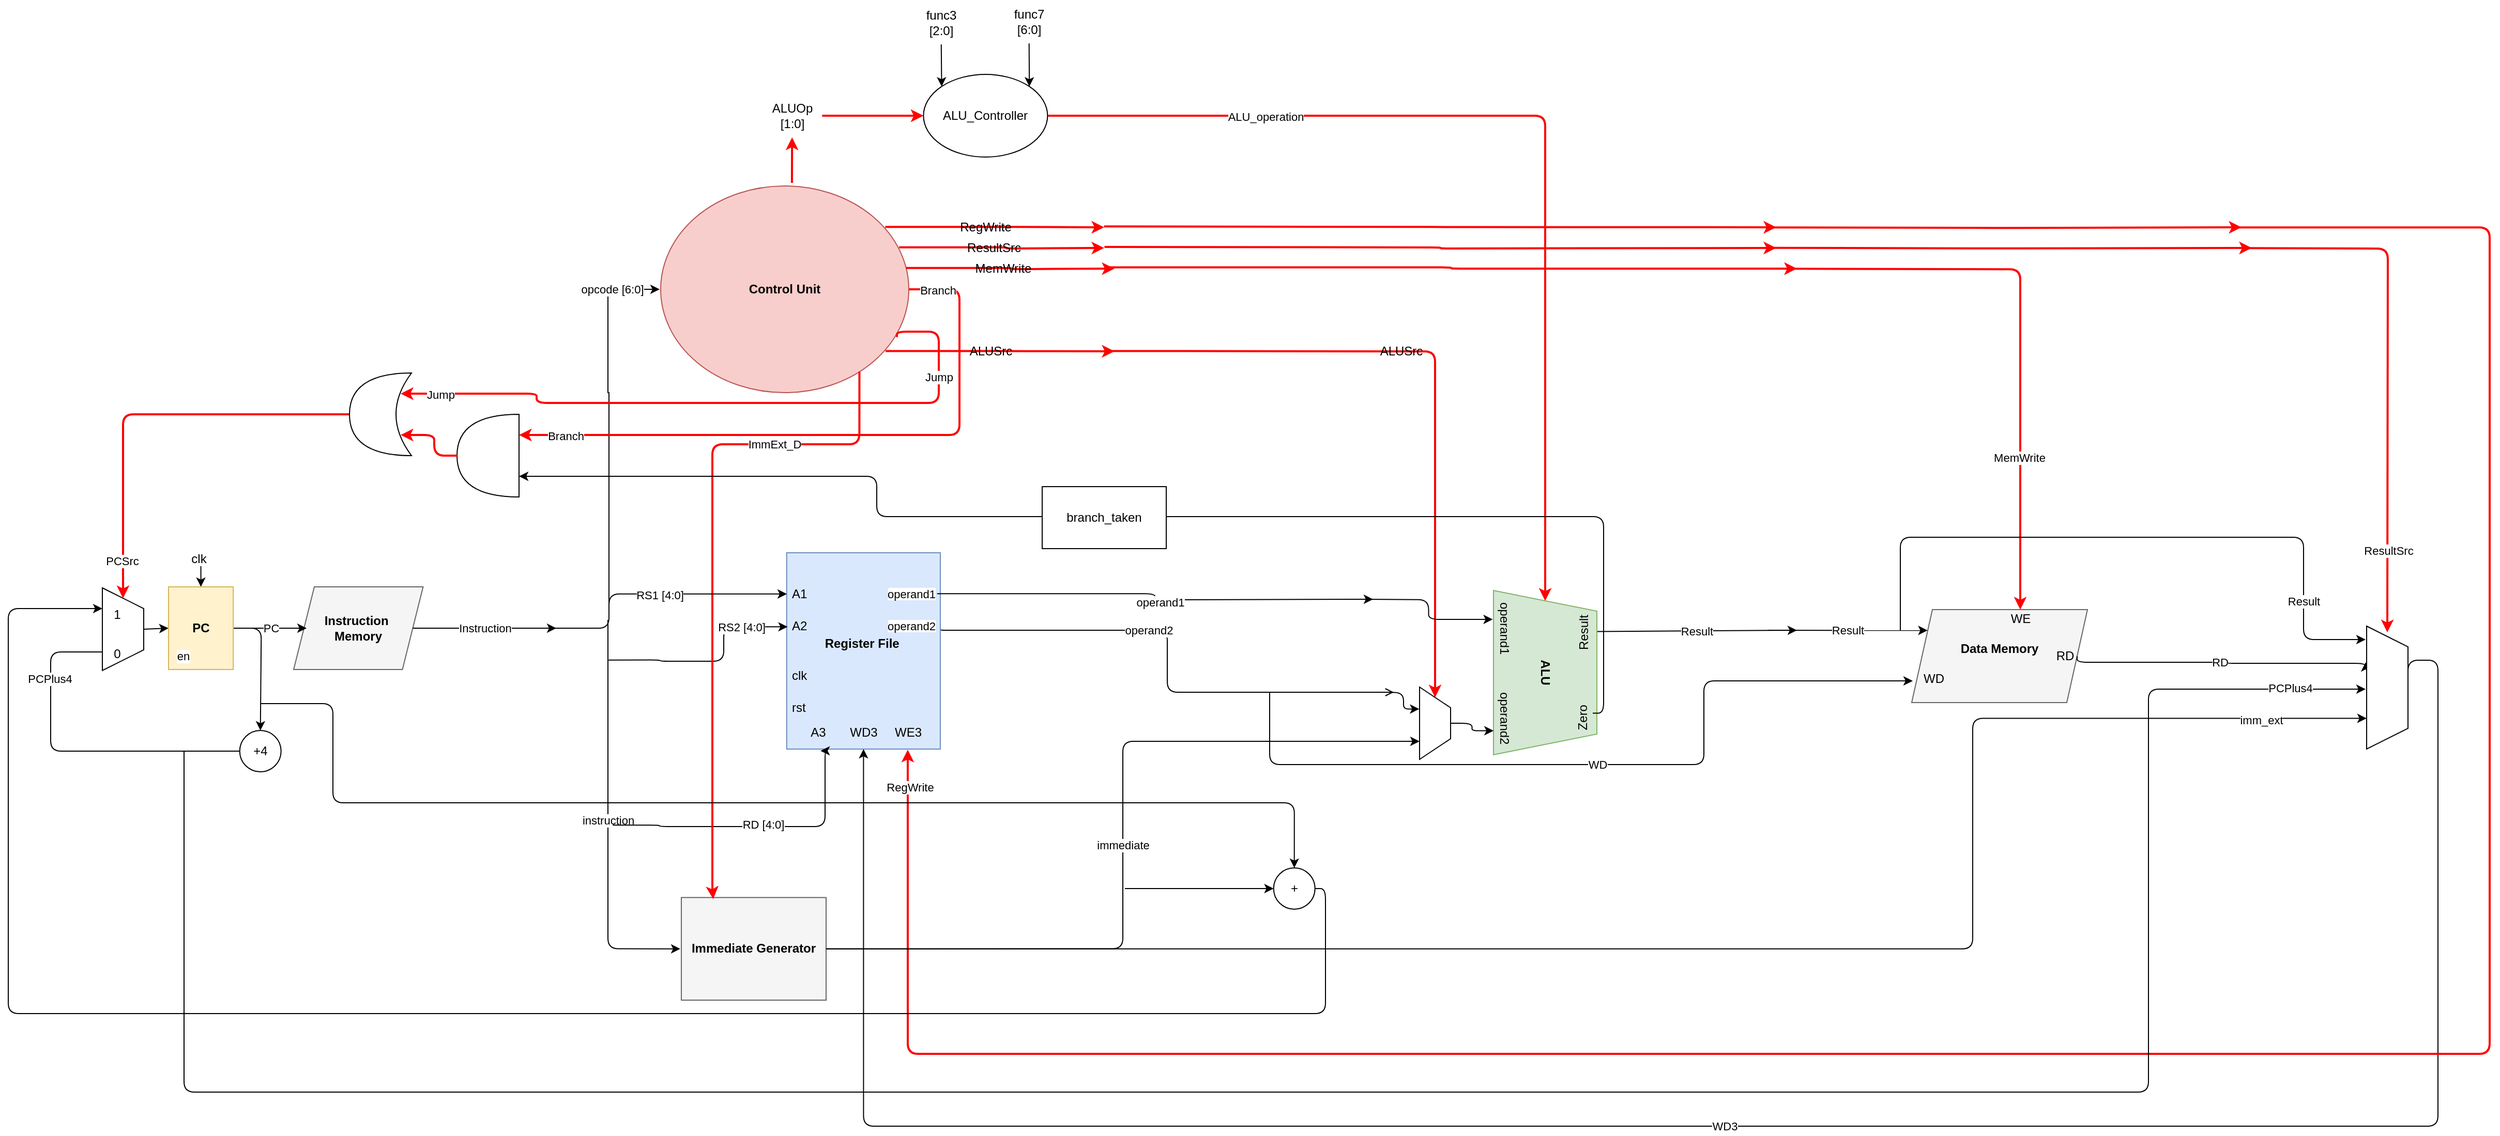
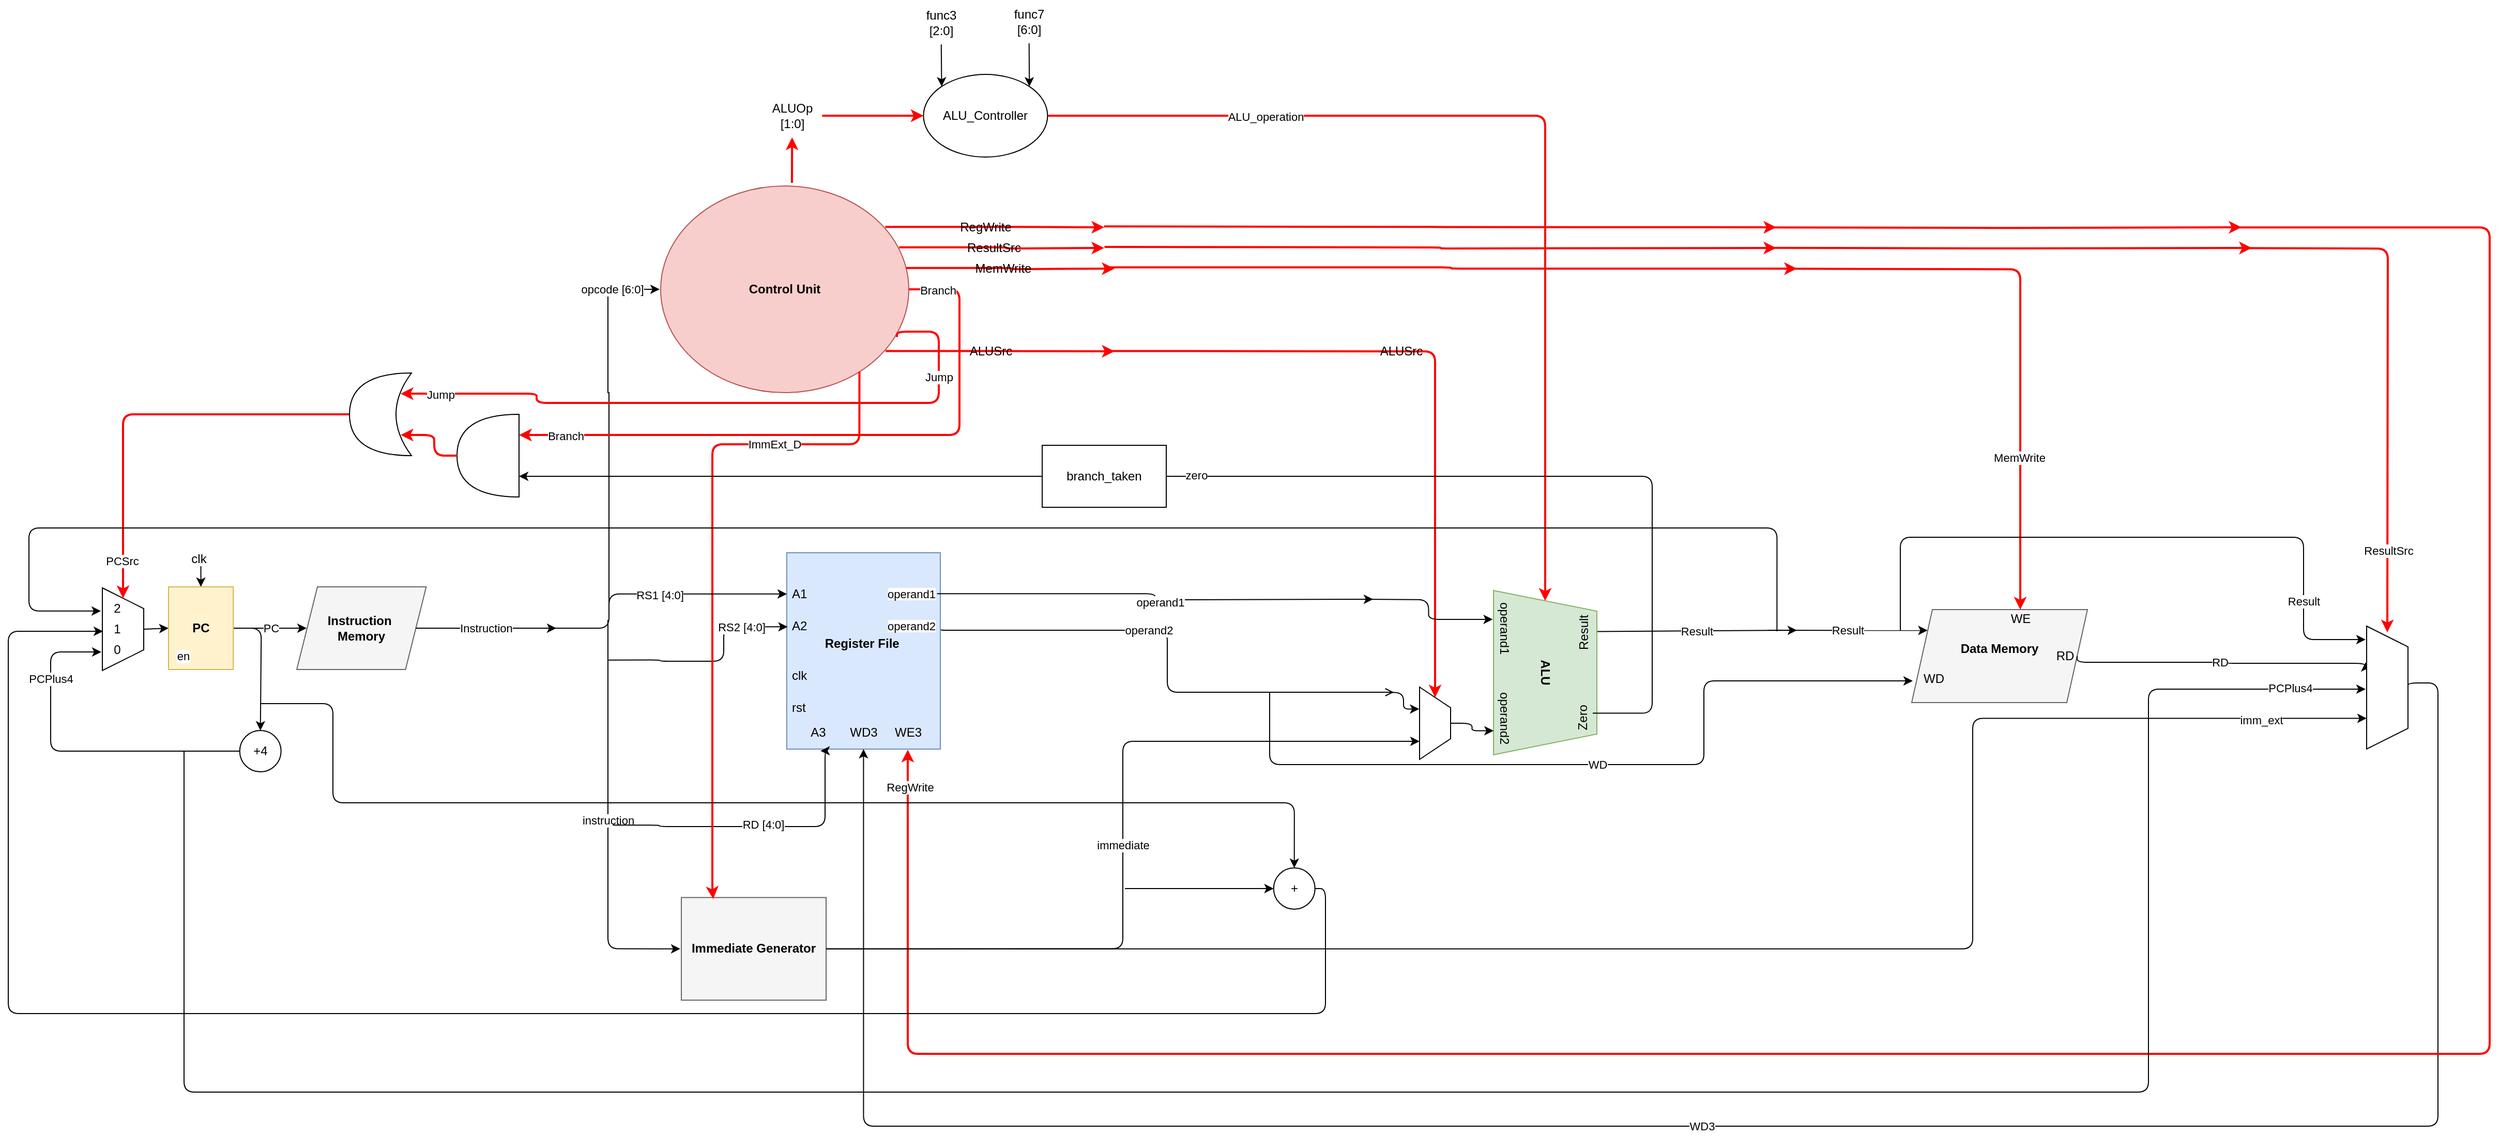
<mxfile host="65bd71144e">
    <diagram id="GpSuAHUS2n5mmwC9--JZ" name="Page-1">
-         <mxGraphModel dx="1339" dy="1934" grid="1" gridSize="10" guides="1" tooltips="1" connect="1" arrows="1" fold="1" page="1" pageScale="1" pageWidth="850" pageHeight="1100" math="0" shadow="0">
+         <mxGraphModel dx="1307" dy="1712" grid="1" gridSize="10" guides="1" tooltips="1" connect="1" arrows="1" fold="1" page="1" pageScale="1" pageWidth="850" pageHeight="1100" math="0" shadow="0">
            <root>
                <mxCell id="0"/>
                <mxCell id="1" parent="0"/>
                <mxCell id="DMEM_BLOCK" value="&lt;b&gt;Data Memory&lt;/b&gt;&lt;div&gt;&lt;br/&gt;&lt;/div&gt;" style="shape=parallelogram;perimeter=parallelogramPerimeter;whiteSpace=wrap;html=1;fixedSize=1;fillColor=#f5f5f5;strokeColor=#666666;" parent="1" vertex="1">
                    <mxGeometry x="2161" y="29" width="170" height="90" as="geometry"/>
                </mxCell>
                <mxCell id="SIG_RD_MEM" value="RD" style="endArrow=classic;html=1;exitX=1;exitY=0.5;exitDx=0;exitDy=0;edgeStyle=orthogonalEdgeStyle;" parent="1" source="DMEM_BLOCK" edge="1">
                    <mxGeometry width="50" height="50" relative="1" as="geometry">
                        <mxPoint x="2600" y="80" as="targetPoint"/>
                        <Array as="points">
                            <mxPoint x="2321" y="80"/>
                            <mxPoint x="2466" y="80"/>
                            <mxPoint x="2466" y="81"/>
                            <mxPoint x="2600" y="81"/>
                        </Array>
                    </mxGeometry>
                </mxCell>
                <mxCell id="SIG_ALURES_M" value="Result" style="endArrow=classic;html=1;exitX=0.25;exitY=0;exitDx=0;exitDy=0;" parent="1" source="ALU_BLOCK" edge="1">
                    <mxGeometry width="50" height="50" relative="1" as="geometry">
                        <mxPoint x="1811" y="46.25" as="sourcePoint"/>
                        <mxPoint x="2050" y="49" as="targetPoint"/>
                    </mxGeometry>
                </mxCell>
                <mxCell id="46" value="&lt;span style=&quot;color: rgb(0, 0, 0);&quot;&gt;operand2&lt;/span&gt;" style="endArrow=open;html=1;endFill=0;edgeStyle=orthogonalEdgeStyle;exitX=0.995;exitY=0.387;exitDx=0;exitDy=0;exitPerimeter=0;" parent="1" source="2" edge="1">
                    <mxGeometry x="-0.1866" width="50" height="50" relative="1" as="geometry">
                        <mxPoint x="1660" y="109" as="targetPoint"/>
                        <mxPoint x="1370" y="79" as="sourcePoint"/>
                        <Array as="points">
                            <mxPoint x="1221" y="49"/>
                            <mxPoint x="1441" y="49"/>
                            <mxPoint x="1441" y="109"/>
                        </Array>
                        <mxPoint as="offset"/>
                    </mxGeometry>
                </mxCell>
                <mxCell id="68" value="Result" style="endArrow=classic;html=1;entryX=0.09;entryY=0.224;entryDx=0;entryDy=0;entryPerimeter=0;" parent="1" target="DMEM_BLOCK" edge="1">
                    <mxGeometry width="50" height="50" relative="1" as="geometry">
                        <mxPoint x="2022" y="49" as="sourcePoint"/>
                        <mxPoint x="2181" y="51" as="targetPoint"/>
                    </mxGeometry>
                </mxCell>
                <mxCell id="ALU_BLOCK" value="&lt;b&gt;ALU&lt;/b&gt;" style="shape=trapezoid;perimeter=trapezoidPerimeter;whiteSpace=wrap;html=1;fixedSize=1;rotation=90;fillColor=#d5e8d4;strokeColor=#82b366;" parent="1" vertex="1">
                    <mxGeometry x="1727" y="40" width="159" height="100" as="geometry"/>
                </mxCell>
                <mxCell id="PORT_SRCA" value="operand1" style="text;html=1;strokeColor=none;fillColor=none;align=left;verticalAlign=middle;whiteSpace=wrap;rounded=0;rotation=90;" parent="1" vertex="1">
                    <mxGeometry x="1748" y="29" width="39" height="20" as="geometry"/>
                </mxCell>
                <mxCell id="PORT_SRCB" value="operand2" style="text;html=1;strokeColor=none;fillColor=none;align=left;verticalAlign=middle;whiteSpace=wrap;rounded=0;rotation=90;" parent="1" vertex="1">
                    <mxGeometry x="1744" y="120" width="47" height="20" as="geometry"/>
                </mxCell>
                <mxCell id="PORT_ALURES" value="Result" style="text;html=1;strokeColor=none;fillColor=none;align=right;verticalAlign=middle;whiteSpace=wrap;rounded=0;rotation=270;direction=east;" parent="1" vertex="1">
                    <mxGeometry x="1814" y="52" width="59" height="20" as="geometry"/>
                </mxCell>
                <mxCell id="PORT_ZERO" value="Zero" style="text;html=1;strokeColor=none;fillColor=none;align=right;verticalAlign=middle;whiteSpace=wrap;rounded=0;rotation=270;" parent="1" vertex="1">
                    <mxGeometry x="1823" y="129" width="39" height="20" as="geometry"/>
                </mxCell>
                <mxCell id="SIG_SRCB_E" value="" style="endArrow=classic;html=1;entryX=0.854;entryY=0.999;entryDx=0;entryDy=0;exitX=0.5;exitY=0;exitDx=0;exitDy=0;entryPerimeter=0;edgeStyle=orthogonalEdgeStyle;" parent="1" source="ALU_MUX" target="ALU_BLOCK" edge="1">
                    <mxGeometry width="50" height="50" relative="1" as="geometry">
                        <mxPoint x="1640" y="150" as="sourcePoint"/>
                        <mxPoint x="1710" y="150" as="targetPoint"/>
                    </mxGeometry>
                </mxCell>
                <mxCell id="71" value="" style="group" parent="1" connectable="0" vertex="1">
                    <mxGeometry x="852" y="-101" width="451.38" height="540" as="geometry"/>
                </mxCell>
                <mxCell id="2" value="&lt;b&gt;Register File&amp;nbsp;&lt;/b&gt;&lt;br&gt;&lt;div&gt;&lt;br&gt;&lt;/div&gt;" style="rounded=0;whiteSpace=wrap;html=1;fillColor=#dae8fe;strokeColor=#6c8ebf;verticalAlign=middle;" parent="71" vertex="1">
                    <mxGeometry x="220.90476190476193" y="75" width="148.57142857142858" height="190" as="geometry"/>
                </mxCell>
                <mxCell id="3" value="A1" style="text;html=1;strokeColor=none;fillColor=none;align=left;verticalAlign=middle;whiteSpace=wrap;rounded=0;" parent="71" vertex="1">
                    <mxGeometry x="224" y="106.66666666666669" width="24.761904761904763" height="15.833333333333332" as="geometry"/>
                </mxCell>
                <mxCell id="4" value="A2" style="text;html=1;strokeColor=none;fillColor=none;align=left;verticalAlign=middle;whiteSpace=wrap;rounded=0;" parent="71" vertex="1">
                    <mxGeometry x="224" y="138.33333333333331" width="24.761904761904763" height="15.833333333333332" as="geometry"/>
                </mxCell>
                <mxCell id="5" value="clk" style="text;html=1;strokeColor=none;fillColor=none;align=left;verticalAlign=middle;whiteSpace=wrap;rounded=0;" parent="71" vertex="1">
                    <mxGeometry x="224" y="185.83333333333331" width="24.761904761904763" height="15.833333333333332" as="geometry"/>
                </mxCell>
                <mxCell id="6" value="rst" style="text;html=1;strokeColor=none;fillColor=none;align=left;verticalAlign=middle;whiteSpace=wrap;rounded=0;" parent="71" vertex="1">
                    <mxGeometry x="224" y="217.5" width="24.761904761904763" height="15.833333333333332" as="geometry"/>
                </mxCell>
                <mxCell id="7" value="A3" style="text;html=1;strokeColor=none;fillColor=none;align=center;verticalAlign=middle;whiteSpace=wrap;rounded=0;" parent="71" vertex="1">
                    <mxGeometry x="239.47619047619048" y="241.25" width="24.761904761904763" height="15.833333333333332" as="geometry"/>
                </mxCell>
                <mxCell id="8" value="WD3" style="text;html=1;strokeColor=none;fillColor=none;align=center;verticalAlign=middle;whiteSpace=wrap;rounded=0;" parent="71" vertex="1">
                    <mxGeometry x="282.80952380952385" y="241.25" width="24.761904761904763" height="15.833333333333332" as="geometry"/>
                </mxCell>
                <mxCell id="9" value="WE3" style="text;html=1;strokeColor=none;fillColor=none;align=center;verticalAlign=middle;whiteSpace=wrap;rounded=0;" parent="71" vertex="1">
                    <mxGeometry x="326.1428571428571" y="241.25" width="24.761904761904763" height="15.833333333333332" as="geometry"/>
                </mxCell>
                <mxCell id="10" value="&lt;span style=&quot;color: rgb(0, 0, 0); font-size: 11px; text-align: center; text-wrap-mode: nowrap; background-color: rgb(255, 255, 255);&quot;&gt;operand1&lt;/span&gt;" style="text;html=1;strokeColor=none;fillColor=none;align=right;verticalAlign=middle;whiteSpace=wrap;rounded=0;" parent="71" vertex="1">
                    <mxGeometry x="341.6190476190476" y="106.66666666666669" width="24.761904761904763" height="15.833333333333332" as="geometry"/>
                </mxCell>
                <mxCell id="11" value="&lt;span style=&quot;color: rgb(0, 0, 0); font-size: 11px; text-align: center; text-wrap-mode: nowrap; background-color: rgb(255, 255, 255);&quot;&gt;operand2&lt;/span&gt;" style="text;html=1;strokeColor=none;fillColor=none;align=right;verticalAlign=middle;whiteSpace=wrap;rounded=0;" parent="71" vertex="1">
                    <mxGeometry x="341.6190476190476" y="138.33333333333331" width="24.761904761904763" height="15.833333333333332" as="geometry"/>
                </mxCell>
                <mxCell id="IMM_GEN_BLOCK" value="&lt;b&gt;Immediate Generator&lt;/b&gt;" style="rounded=0;whiteSpace=wrap;html=1;fillColor=#f5f5f5;strokeColor=#666666;" parent="71" vertex="1">
                    <mxGeometry x="119" y="408.6896551724138" width="140" height="99.31034482758622" as="geometry"/>
                </mxCell>
                <mxCell id="SIG_INSTR_TO_IMM" value="instruction" style="endArrow=classic;html=1;entryX=0;entryY=0.5;entryDx=0;entryDy=0;edgeStyle=orthogonalEdgeStyle;" parent="71" edge="1">
                    <mxGeometry width="50" height="50" relative="1" as="geometry">
                        <mxPoint x="48" y="140" as="sourcePoint"/>
                        <Array as="points">
                            <mxPoint x="48" y="458"/>
                        </Array>
                        <mxPoint x="118" y="458.34482758620675" as="targetPoint"/>
                    </mxGeometry>
                </mxCell>
-                 <mxCell id="13" value="" style="endArrow=classic;html=1;entryX=0.006;entryY=0.372;entryDx=0;entryDy=0;entryPerimeter=0;edgeStyle=orthogonalEdgeStyle;exitX=0.009;exitY=0.122;exitDx=0;exitDy=0;exitPerimeter=0;" parent="71" edge="1" source="SIG_INSTR_TO_IMM">
+                 <mxCell id="13" value="" style="endArrow=classic;html=1;entryX=0.006;entryY=0.372;entryDx=0;entryDy=0;entryPerimeter=0;edgeStyle=orthogonalEdgeStyle;exitX=0.009;exitY=0.122;exitDx=0;exitDy=0;exitPerimeter=0;" parent="71" source="SIG_INSTR_TO_IMM" edge="1">
                    <mxGeometry width="50" height="50" relative="1" as="geometry">
                        <mxPoint x="89" y="180" as="sourcePoint"/>
                        <mxPoint x="221.79619047619042" y="146.67999999999984" as="targetPoint"/>
                        <Array as="points">
                            <mxPoint x="99" y="179"/>
                            <mxPoint x="99" y="180"/>
                            <mxPoint x="160" y="180"/>
                            <mxPoint x="160" y="147"/>
                        </Array>
                    </mxGeometry>
                </mxCell>
                <mxCell id="299" value="RS2 [4:0]" style="edgeLabel;html=1;align=center;verticalAlign=middle;resizable=0;points=[];" parent="13" vertex="1" connectable="0">
                    <mxGeometry x="0.5686" relative="1" as="geometry">
                        <mxPoint as="offset"/>
                    </mxGeometry>
                </mxCell>
-                 <mxCell id="171" style="edgeStyle=orthogonalEdgeStyle;html=1;entryX=0.22;entryY=1.009;entryDx=0;entryDy=0;entryPerimeter=0;exitX=0.067;exitY=0.624;exitDx=0;exitDy=0;exitPerimeter=0;" parent="71" target="2" edge="1" source="SIG_INSTR_TO_IMM">
+                 <mxCell id="171" style="edgeStyle=orthogonalEdgeStyle;html=1;entryX=0.22;entryY=1.009;entryDx=0;entryDy=0;entryPerimeter=0;exitX=0.067;exitY=0.624;exitDx=0;exitDy=0;exitPerimeter=0;" parent="71" source="SIG_INSTR_TO_IMM" target="2" edge="1">
                    <mxGeometry relative="1" as="geometry">
                        <mxPoint x="481.1880000000001" y="340.4175" as="targetPoint"/>
                        <mxPoint x="98" y="320" as="sourcePoint"/>
                        <Array as="points">
                            <mxPoint x="98" y="339"/>
                            <mxPoint x="98" y="340"/>
                            <mxPoint x="258" y="340"/>
                            <mxPoint x="258" y="267"/>
                        </Array>
                    </mxGeometry>
                </mxCell>
                <mxCell id="172" value="" style="endArrow=classic;html=1;exitX=0.714;exitY=0.947;exitDx=0;exitDy=0;entryX=0.22;entryY=0.014;entryDx=0;entryDy=0;edgeStyle=orthogonalEdgeStyle;strokeColor=#FF0000;strokeWidth=2;exitPerimeter=0;entryPerimeter=0;" parent="171" connectable="0" vertex="1">
                    <mxGeometry x="-0.1432" y="1" relative="1" as="geometry">
                        <mxPoint x="-31" y="-109" as="offset"/>
                    </mxGeometry>
                </mxCell>
                <mxCell id="300" value="RD [4:0]" style="edgeLabel;html=1;align=center;verticalAlign=middle;resizable=0;points=[];" parent="171" vertex="1" connectable="0">
                    <mxGeometry x="0.2621" y="2" relative="1" as="geometry">
                        <mxPoint x="-33" as="offset"/>
                    </mxGeometry>
                </mxCell>
                <mxCell id="17" value="WD3" style="endArrow=classic;html=1;entryX=0.5;entryY=1;entryDx=0;entryDy=0;exitX=0.5;exitY=0;exitDx=0;exitDy=0;edgeStyle=orthogonalEdgeStyle;" parent="1" source="WB_MUX" target="2" edge="1">
                    <mxGeometry width="50" height="50" relative="1" as="geometry">
                        <mxPoint x="1147.1904761904761" y="260.3333333333333" as="sourcePoint"/>
                        <Array as="points">
-                             <mxPoint x="2670" y="78"/>
+                             <mxPoint x="2641" y="100"/>
+                             <mxPoint x="2670" y="100"/>
                            <mxPoint x="2670" y="529"/>
                            <mxPoint x="1147" y="529"/>
                        </Array>
                    </mxGeometry>
                </mxCell>
                <mxCell id="CTRL_UNIT_BLOCK" value="&lt;b&gt;Control Unit&lt;/b&gt;" style="ellipse;whiteSpace=wrap;html=1;fillColor=#f8cecc;strokeColor=#b85450;" parent="1" vertex="1">
                    <mxGeometry x="951" y="-381" width="240" height="200" as="geometry"/>
                </mxCell>
                <mxCell id="SIG_OP_CTRL" value="&lt;span style=&quot;color: rgb(0, 0, 0);&quot;&gt;opcode [6:0]&lt;/span&gt;" style="endArrow=classic;html=1;edgeStyle=orthogonalEdgeStyle;rounded=0;curved=0;" parent="1" edge="1">
                    <mxGeometry x="0.7481" width="50" height="50" relative="1" as="geometry">
                        <mxPoint x="901" y="33" as="sourcePoint"/>
                        <mxPoint x="950" y="-281" as="targetPoint"/>
                        <Array as="points">
                            <mxPoint x="901" y="-181"/>
                            <mxPoint x="900" y="-181"/>
                            <mxPoint x="900" y="-281"/>
                        </Array>
                        <mxPoint as="offset"/>
                    </mxGeometry>
                </mxCell>
                <mxCell id="92" style="endArrow=classic;html=1;exitX=0.801;exitY=0.899;exitDx=0;exitDy=0;entryX=0.22;entryY=0.014;entryDx=0;entryDy=0;edgeStyle=orthogonalEdgeStyle;strokeColor=#FF0000;strokeWidth=2;exitPerimeter=0;entryPerimeter=0;" parent="1" source="CTRL_UNIT_BLOCK" target="IMM_GEN_BLOCK" edge="1">
                    <mxGeometry relative="1" as="geometry">
                        <mxPoint x="1064.52" y="-134" as="sourcePoint"/>
                        <mxPoint x="951.0000000000001" y="382.1724137931035" as="targetPoint"/>
                        <Array as="points">
                            <mxPoint x="1143" y="-131"/>
                            <mxPoint x="1001" y="-131"/>
                            <mxPoint x="1001" y="299"/>
                            <mxPoint x="1002" y="299"/>
                        </Array>
                    </mxGeometry>
                </mxCell>
                <mxCell id="94" value="ImmExt_D" style="edgeLabel;html=1;align=center;verticalAlign=middle;resizable=0;points=[];" parent="92" connectable="0" vertex="1">
                    <mxGeometry x="-0.347" y="1" relative="1" as="geometry">
                        <mxPoint x="59" y="-1" as="offset"/>
                    </mxGeometry>
                </mxCell>
                <mxCell id="104" style="endArrow=classic;html=1;exitX=0.905;exitY=0.198;exitDx=0;exitDy=0;edgeStyle=orthogonalEdgeStyle;strokeColor=#FF0000;strokeWidth=2;exitPerimeter=0;" parent="1" source="CTRL_UNIT_BLOCK" edge="1">
                    <mxGeometry relative="1" as="geometry">
                        <mxPoint x="1380" y="-341" as="targetPoint"/>
                        <mxPoint x="1171" y="-351" as="sourcePoint"/>
                    </mxGeometry>
                </mxCell>
                <mxCell id="105" value="&lt;span style=&quot;color: rgb(0, 0, 0);&quot;&gt;RegWrite&lt;/span&gt;" style="endArrow=classic;html=1;exitX=0.714;exitY=0.947;exitDx=0;exitDy=0;entryX=0.22;entryY=0.014;entryDx=0;entryDy=0;edgeStyle=orthogonalEdgeStyle;strokeColor=#FF0000;strokeWidth=2;exitPerimeter=0;entryPerimeter=0;" parent="104" connectable="0" vertex="1">
                    <mxGeometry x="-0.1432" y="1" relative="1" as="geometry">
                        <mxPoint x="6" y="1" as="offset"/>
                    </mxGeometry>
                </mxCell>
                <mxCell id="106" style="endArrow=classic;html=1;exitX=0.961;exitY=0.297;exitDx=0;exitDy=0;edgeStyle=orthogonalEdgeStyle;strokeColor=#FF0000;strokeWidth=2;exitPerimeter=0;" parent="1" source="CTRL_UNIT_BLOCK" edge="1">
                    <mxGeometry relative="1" as="geometry">
                        <mxPoint x="1380" y="-321" as="targetPoint"/>
                        <mxPoint x="1166" y="-342" as="sourcePoint"/>
                    </mxGeometry>
                </mxCell>
                <mxCell id="107" value="&lt;span style=&quot;color: rgb(0, 0, 0);&quot;&gt;ResultSrc&lt;/span&gt;" style="endArrow=classic;html=1;exitX=0.714;exitY=0.947;exitDx=0;exitDy=0;entryX=0.22;entryY=0.014;entryDx=0;entryDy=0;edgeStyle=orthogonalEdgeStyle;strokeColor=#FF0000;strokeWidth=2;exitPerimeter=0;entryPerimeter=0;" parent="106" connectable="0" vertex="1">
                    <mxGeometry x="-0.1432" y="1" relative="1" as="geometry">
                        <mxPoint x="6" y="1" as="offset"/>
                    </mxGeometry>
                </mxCell>
                <mxCell id="108" style="endArrow=classic;html=1;exitX=0.989;exitY=0.397;exitDx=0;exitDy=0;edgeStyle=orthogonalEdgeStyle;strokeColor=#FF0000;strokeWidth=2;exitPerimeter=0;" parent="1" source="CTRL_UNIT_BLOCK" edge="1">
                    <mxGeometry relative="1" as="geometry">
                        <mxPoint x="1390" y="-301" as="targetPoint"/>
                        <mxPoint x="1176" y="-332" as="sourcePoint"/>
                    </mxGeometry>
                </mxCell>
                <mxCell id="109" value="&lt;span style=&quot;color: rgb(0, 0, 0);&quot;&gt;MemWrite&lt;/span&gt;" style="endArrow=classic;html=1;exitX=0.714;exitY=0.947;exitDx=0;exitDy=0;entryX=0.22;entryY=0.014;entryDx=0;entryDy=0;edgeStyle=orthogonalEdgeStyle;strokeColor=#FF0000;strokeWidth=2;exitPerimeter=0;entryPerimeter=0;" parent="108" connectable="0" vertex="1">
                    <mxGeometry x="-0.1432" y="1" relative="1" as="geometry">
                        <mxPoint x="6" y="1" as="offset"/>
                    </mxGeometry>
                </mxCell>
                <mxCell id="116" style="endArrow=classic;html=1;exitX=0.906;exitY=0.799;exitDx=0;exitDy=0;edgeStyle=orthogonalEdgeStyle;strokeColor=#FF0000;strokeWidth=2;exitPerimeter=0;" parent="1" source="CTRL_UNIT_BLOCK" edge="1">
                    <mxGeometry relative="1" as="geometry">
                        <mxPoint x="1390" y="-221" as="targetPoint"/>
                        <mxPoint x="1157" y="-211" as="sourcePoint"/>
                    </mxGeometry>
                </mxCell>
                <mxCell id="117" value="&lt;span style=&quot;color: rgb(0, 0, 0);&quot;&gt;ALUSrc&lt;/span&gt;" style="endArrow=classic;html=1;exitX=0.714;exitY=0.947;exitDx=0;exitDy=0;entryX=0.22;entryY=0.014;entryDx=0;entryDy=0;edgeStyle=orthogonalEdgeStyle;strokeColor=#FF0000;strokeWidth=2;exitPerimeter=0;entryPerimeter=0;" parent="116" connectable="0" vertex="1">
                    <mxGeometry x="-0.1432" y="1" relative="1" as="geometry">
                        <mxPoint x="6" y="1" as="offset"/>
                    </mxGeometry>
                </mxCell>
                <mxCell id="118" style="endArrow=classic;html=1;exitX=0.997;exitY=0.331;exitDx=0;exitDy=0;edgeStyle=orthogonalEdgeStyle;strokeColor=#FF0000;strokeWidth=2;exitPerimeter=0;" parent="1" edge="1">
                    <mxGeometry relative="1" as="geometry">
                        <mxPoint x="2030" y="-341" as="targetPoint"/>
                        <mxPoint x="1379.859" y="-341.84000000000015" as="sourcePoint"/>
                    </mxGeometry>
                </mxCell>
                <mxCell id="120" style="endArrow=classic;html=1;exitX=1.005;exitY=0.386;exitDx=0;exitDy=0;edgeStyle=orthogonalEdgeStyle;strokeColor=#FF0000;strokeWidth=2;exitPerimeter=0;" parent="1" edge="1">
                    <mxGeometry relative="1" as="geometry">
                        <mxPoint x="2030" y="-321" as="targetPoint"/>
                        <mxPoint x="1380.2350000000001" y="-322.0400000000002" as="sourcePoint"/>
                    </mxGeometry>
                </mxCell>
                <mxCell id="122" style="endArrow=classic;html=1;exitX=1.008;exitY=0.441;exitDx=0;exitDy=0;edgeStyle=orthogonalEdgeStyle;strokeColor=#FF0000;strokeWidth=2;exitPerimeter=0;" parent="1" edge="1">
                    <mxGeometry relative="1" as="geometry">
                        <mxPoint x="2050" y="-301" as="targetPoint"/>
                        <mxPoint x="1380.3759999999997" y="-302.24" as="sourcePoint"/>
                        <Array as="points">
                            <mxPoint x="1716" y="-302"/>
                            <mxPoint x="1716" y="-301"/>
                        </Array>
                    </mxGeometry>
                </mxCell>
                <mxCell id="128" style="endArrow=classic;html=1;exitX=1;exitY=0.5;exitDx=0;exitDy=0;edgeStyle=orthogonalEdgeStyle;strokeColor=#FF0000;strokeWidth=2;entryX=0;entryY=0.5;entryDx=0;entryDy=0;" parent="1" source="287" target="ALU_BLOCK" edge="1">
                    <mxGeometry relative="1" as="geometry">
                        <mxPoint x="1545" y="-240.31" as="targetPoint"/>
                        <mxPoint x="1379.9529999999995" y="-240.68000000000006" as="sourcePoint"/>
                    </mxGeometry>
                </mxCell>
                <mxCell id="129" value="" style="endArrow=classic;html=1;exitX=0.714;exitY=0.947;exitDx=0;exitDy=0;entryX=0.22;entryY=0.014;entryDx=0;entryDy=0;edgeStyle=orthogonalEdgeStyle;strokeColor=#FF0000;strokeWidth=2;exitPerimeter=0;entryPerimeter=0;" parent="128" connectable="0" vertex="1">
                    <mxGeometry x="-0.1432" y="1" relative="1" as="geometry">
                        <mxPoint x="6" y="1" as="offset"/>
                    </mxGeometry>
                </mxCell>
                <mxCell id="297" value="ALU_operation" style="edgeLabel;html=1;align=center;verticalAlign=middle;resizable=0;points=[];" parent="128" vertex="1" connectable="0">
                    <mxGeometry x="-0.5567" y="-1" relative="1" as="geometry">
                        <mxPoint as="offset"/>
                    </mxGeometry>
                </mxCell>
                <mxCell id="130" style="endArrow=classic;html=1;exitX=0.906;exitY=0.799;exitDx=0;exitDy=0;edgeStyle=orthogonalEdgeStyle;strokeColor=#FF0000;strokeWidth=2;exitPerimeter=0;entryX=0;entryY=0.5;entryDx=0;entryDy=0;" parent="1" target="ALU_MUX" edge="1">
                    <mxGeometry relative="1" as="geometry">
                        <mxPoint x="1545" y="-221.31" as="targetPoint"/>
                        <mxPoint x="1380" y="-221.31" as="sourcePoint"/>
                    </mxGeometry>
                </mxCell>
                <mxCell id="131" value="&lt;span style=&quot;color: rgb(0, 0, 0);&quot;&gt;ALUSrc&lt;/span&gt;" style="endArrow=classic;html=1;exitX=0.714;exitY=0.947;exitDx=0;exitDy=0;entryX=0.22;entryY=0.014;entryDx=0;entryDy=0;edgeStyle=orthogonalEdgeStyle;strokeColor=#FF0000;strokeWidth=2;exitPerimeter=0;entryPerimeter=0;" parent="130" connectable="0" vertex="1">
                    <mxGeometry x="-0.1432" y="1" relative="1" as="geometry">
                        <mxPoint x="6" y="1" as="offset"/>
                    </mxGeometry>
                </mxCell>
                <mxCell id="139" style="endArrow=classic;html=1;exitX=1.003;exitY=0.334;exitDx=0;exitDy=0;edgeStyle=orthogonalEdgeStyle;strokeColor=#FF0000;strokeWidth=2;exitPerimeter=0;" parent="1" edge="1">
                    <mxGeometry relative="1" as="geometry">
                        <mxPoint x="2480" y="-341" as="targetPoint"/>
                        <mxPoint x="2021.1799999999998" y="-340.9264999999998" as="sourcePoint"/>
                    </mxGeometry>
                </mxCell>
                <mxCell id="141" style="endArrow=classic;html=1;exitX=0.997;exitY=0.389;exitDx=0;exitDy=0;edgeStyle=orthogonalEdgeStyle;strokeColor=#FF0000;strokeWidth=2;exitPerimeter=0;" parent="1" edge="1">
                    <mxGeometry relative="1" as="geometry">
                        <mxPoint x="2490" y="-321" as="targetPoint"/>
                        <mxPoint x="2020.8200000000002" y="-321.11275" as="sourcePoint"/>
                    </mxGeometry>
                </mxCell>
                <mxCell id="143" style="endArrow=classic;html=1;exitX=0.994;exitY=0.445;exitDx=0;exitDy=0;edgeStyle=orthogonalEdgeStyle;strokeColor=#FF0000;strokeWidth=2;exitPerimeter=0;entryX=0.5;entryY=0.2;entryDx=0;entryDy=0;entryPerimeter=0;" parent="1" target="148" edge="1">
                    <mxGeometry relative="1" as="geometry">
                        <mxPoint x="2602" y="-300" as="targetPoint"/>
                        <mxPoint x="2020.6399999999999" y="-300.9387499999998" as="sourcePoint"/>
                    </mxGeometry>
                </mxCell>
                <mxCell id="336" value="MemWrite" style="edgeLabel;html=1;align=center;verticalAlign=middle;resizable=0;points=[];" parent="143" vertex="1" connectable="0">
                    <mxGeometry x="0.4899" y="-1" relative="1" as="geometry">
                        <mxPoint as="offset"/>
                    </mxGeometry>
                </mxCell>
                <mxCell id="146" value="WD" style="text;html=1;align=center;verticalAlign=middle;resizable=0;points=[];autosize=1;strokeColor=none;fillColor=none;" parent="1" vertex="1">
                    <mxGeometry x="2162" y="81" width="40" height="30" as="geometry"/>
                </mxCell>
                <mxCell id="148" value="&lt;span style=&quot;color: rgb(0, 0, 0);&quot;&gt;WE&lt;/span&gt;" style="text;html=1;align=center;verticalAlign=middle;resizable=0;points=[];autosize=1;strokeColor=none;fillColor=none;" parent="1" vertex="1">
                    <mxGeometry x="2246" y="23" width="40" height="30" as="geometry"/>
                </mxCell>
                <mxCell id="149" value="RD" style="text;html=1;align=center;verticalAlign=middle;resizable=0;points=[];autosize=1;strokeColor=none;fillColor=none;" parent="1" vertex="1">
                    <mxGeometry x="2289" y="59" width="40" height="30" as="geometry"/>
                </mxCell>
                <mxCell id="150" style="endArrow=classic;html=1;exitX=0.999;exitY=0.322;exitDx=0;exitDy=0;edgeStyle=orthogonalEdgeStyle;strokeColor=#FF0000;strokeWidth=2;exitPerimeter=0;entryX=0.788;entryY=1.003;entryDx=0;entryDy=0;entryPerimeter=0;" parent="1" target="2" edge="1">
                    <mxGeometry relative="1" as="geometry">
                        <mxPoint x="2610" y="429" as="targetPoint"/>
                        <mxPoint x="2473.9399999999996" y="-340.93150000000014" as="sourcePoint"/>
                        <Array as="points">
                            <mxPoint x="2720" y="-341"/>
                            <mxPoint x="2720" y="459"/>
                            <mxPoint x="1190" y="459"/>
                        </Array>
                    </mxGeometry>
                </mxCell>
                <mxCell id="155" value="RegWrite" style="edgeLabel;html=1;align=center;verticalAlign=middle;resizable=0;points=[];" parent="150" connectable="0" vertex="1">
                    <mxGeometry x="0.9758" y="-2" relative="1" as="geometry">
                        <mxPoint y="1" as="offset"/>
                    </mxGeometry>
                </mxCell>
                <mxCell id="152" style="endArrow=classic;html=1;exitX=0.993;exitY=0.37;exitDx=0;exitDy=0;entryX=0;entryY=0.5;entryDx=0;entryDy=0;edgeStyle=orthogonalEdgeStyle;strokeColor=#FF0000;strokeWidth=2;exitPerimeter=0;" parent="1" edge="1">
                    <mxGeometry relative="1" as="geometry">
                        <mxPoint x="2621" y="51" as="targetPoint"/>
                        <mxPoint x="2480.5800000000004" y="-320.9275" as="sourcePoint"/>
                    </mxGeometry>
                </mxCell>
                <mxCell id="335" value="ResultSrc" style="edgeLabel;html=1;align=center;verticalAlign=middle;resizable=0;points=[];" parent="152" vertex="1" connectable="0">
                    <mxGeometry x="0.69" y="1" relative="1" as="geometry">
                        <mxPoint as="offset"/>
                    </mxGeometry>
                </mxCell>
                <mxCell id="161" value="0" style="edgeLabel;html=1;align=center;verticalAlign=middle;resizable=0;points=[];" parent="1" connectable="0" vertex="1">
                    <mxGeometry x="1689.143181856889" y="123.76666477077492" as="geometry"/>
                </mxCell>
                <mxCell id="162" value="1" style="edgeLabel;html=1;align=center;verticalAlign=middle;resizable=0;points=[];" parent="1" connectable="0" vertex="1">
                    <mxGeometry x="1698.143181856889" y="136.76666477077492" as="geometry">
                        <mxPoint x="-9" y="17" as="offset"/>
                    </mxGeometry>
                </mxCell>
                <mxCell id="163" value="00" style="edgeLabel;html=1;align=center;verticalAlign=middle;resizable=0;points=[];" parent="1" connectable="0" vertex="1">
                    <mxGeometry x="2609.433181856889" y="58.76666477077492" as="geometry"/>
                </mxCell>
                <mxCell id="164" value="&lt;span style=&quot;color: rgb(0, 0, 0);&quot;&gt;01&lt;/span&gt;" style="edgeLabel;html=1;align=center;verticalAlign=middle;resizable=0;points=[];" parent="1" connectable="0" vertex="1">
                    <mxGeometry x="2618.433181856889" y="60.76666477077492" as="geometry">
                        <mxPoint x="-9" y="17" as="offset"/>
                    </mxGeometry>
                </mxCell>
                <mxCell id="165" value="&lt;span style=&quot;color: rgb(0, 0, 0);&quot;&gt;10&lt;/span&gt;" style="edgeLabel;html=1;align=center;verticalAlign=middle;resizable=0;points=[];" parent="1" connectable="0" vertex="1">
                    <mxGeometry x="2618.433181856889" y="80.76666477077492" as="geometry">
                        <mxPoint x="-9" y="17" as="offset"/>
                    </mxGeometry>
                </mxCell>
                <mxCell id="186" value="" style="endArrow=classic;html=1;exitX=0.5;exitY=0;exitDx=0;exitDy=0;entryX=0.303;entryY=1.009;entryDx=0;entryDy=0;entryPerimeter=0;edgeStyle=orthogonalEdgeStyle;" parent="1" target="ALU_MUX" edge="1">
                    <mxGeometry width="50" height="50" relative="1" as="geometry">
                        <mxPoint x="1653" y="109" as="sourcePoint"/>
                        <mxPoint x="1672" y="81" as="targetPoint"/>
                    </mxGeometry>
                </mxCell>
                <mxCell id="194" style="edgeStyle=orthogonalEdgeStyle;html=1;entryX=0.176;entryY=1.007;entryDx=0;entryDy=0;entryPerimeter=0;" parent="1" target="ALU_BLOCK" edge="1">
                    <mxGeometry relative="1" as="geometry">
                        <mxPoint x="1760" y="39" as="targetPoint"/>
                        <mxPoint x="1630" y="19" as="sourcePoint"/>
                    </mxGeometry>
                </mxCell>
                <mxCell id="23" style="edgeStyle=none;html=1;exitX=1;exitY=0.5;exitDx=0;exitDy=0;entryX=0.5;entryY=0;entryDx=0;entryDy=0;" parent="1" source="PC_BLOCK" target="PC_ADDER" edge="1">
                    <mxGeometry relative="1" as="geometry">
                        <Array as="points">
                            <mxPoint x="564.7186367876434" y="47"/>
                        </Array>
                    </mxGeometry>
                </mxCell>
                <mxCell id="28" style="edgeStyle=none;html=1;" parent="1" target="PC_BLOCK" edge="1">
                    <mxGeometry relative="1" as="geometry">
                        <mxPoint x="506.28897759073254" y="-13" as="sourcePoint"/>
                    </mxGeometry>
                </mxCell>
                <mxCell id="312" style="edgeStyle=none;html=1;exitX=0.5;exitY=0;exitDx=0;exitDy=0;entryX=0;entryY=0.5;entryDx=0;entryDy=0;" parent="1" source="310" target="PC_BLOCK" edge="1">
                    <mxGeometry relative="1" as="geometry"/>
                </mxCell>
                <mxCell id="PC_BLOCK" value="&lt;b&gt;PC&lt;/b&gt;" style="rounded=0;whiteSpace=wrap;html=1;fillColor=#fff2cc;strokeColor=#d6b656;" parent="1" vertex="1">
                    <mxGeometry x="474.9873744495303" y="7" width="62.60320628240449" height="80" as="geometry"/>
                </mxCell>
                <mxCell id="IMEM_BLOCK" value="&lt;b&gt;Instruction&amp;nbsp;&lt;/b&gt;&lt;div&gt;&lt;b&gt;Memory&lt;/b&gt;&lt;br&gt;&lt;/div&gt;" style="shape=parallelogram;perimeter=parallelogramPerimeter;whiteSpace=wrap;html=1;fixedSize=1;fillColor=#f5f5f5;strokeColor=#666666;" parent="1" vertex="1">
-                     <mxGeometry x="596.0202399288457" y="7" width="125.20641256480899" height="80" as="geometry"/>
+                     <mxGeometry x="599.0202399288457" y="7" width="125.20641256480899" height="80" as="geometry"/>
                </mxCell>
                <mxCell id="SIG_PC_F" value="PC" style="endArrow=classic;html=1;exitX=1;exitY=0.5;exitDx=0;exitDy=0;entryX=0;entryY=0.5;entryDx=0;entryDy=0;" parent="1" edge="1">
                    <mxGeometry width="50" height="50" relative="1" as="geometry">
                        <mxPoint x="539.6773542746816" y="47" as="sourcePoint"/>
                        <mxPoint x="608.5408811853265" y="47" as="targetPoint"/>
                    </mxGeometry>
                </mxCell>
                <mxCell id="SIG_INSTR_F" value="Instruction" style="endArrow=classic;html=1;exitX=1;exitY=0.5;exitDx=0;exitDy=0;" parent="1" source="IMEM_BLOCK" edge="1">
                    <mxGeometry width="50" height="50" relative="1" as="geometry">
                        <mxPoint x="850" y="47" as="targetPoint"/>
                        <mxPoint x="722.2700392650281" y="47" as="sourcePoint"/>
                    </mxGeometry>
                </mxCell>
                <mxCell id="29" value="clk" style="text;html=1;align=center;verticalAlign=middle;resizable=0;points=[];autosize=1;strokeColor=none;fillColor=none;" parent="1" vertex="1">
                    <mxGeometry x="484.377855391891" y="-35" width="40" height="30" as="geometry"/>
                </mxCell>
-                 <mxCell id="25" style="edgeStyle=orthogonalEdgeStyle;html=1;exitX=0;exitY=0.5;exitDx=0;exitDy=0;" parent="1" source="PC_ADDER" edge="1">
+                 <mxCell id="25" style="edgeStyle=orthogonalEdgeStyle;html=1;exitX=0;exitY=0.5;exitDx=0;exitDy=0;" parent="1" source="PC_ADDER" edge="1" target="339">
                    <mxGeometry relative="1" as="geometry">
                        <Array as="points">
                            <mxPoint x="361" y="166"/>
                            <mxPoint x="361" y="70"/>
-                             <mxPoint x="411" y="70"/>
                        </Array>
                        <mxPoint x="410" y="70" as="targetPoint"/>
                    </mxGeometry>
                </mxCell>
                <mxCell id="26" value="PCPlus4" style="edgeLabel;html=1;align=center;verticalAlign=middle;resizable=0;points=[];" parent="25" connectable="0" vertex="1">
                    <mxGeometry x="-0.1196" y="-3" relative="1" as="geometry">
                        <mxPoint x="-39" y="-67" as="offset"/>
                    </mxGeometry>
                </mxCell>
                <mxCell id="PC_ADDER" value="+4" style="ellipse;whiteSpace=wrap;html=1;aspect=fixed;" parent="1" vertex="1">
                    <mxGeometry x="543.8509013601753" y="146" width="40" height="40" as="geometry"/>
                </mxCell>
                <mxCell id="254" value="en" style="edgeLabel;html=1;align=center;verticalAlign=middle;resizable=0;points=[];fillColor=#FFF2CC;strokeColor=#FFF2CC;" parent="1" connectable="0" vertex="1">
                    <mxGeometry x="488.3808250609281" y="76.10256406978897" as="geometry">
                        <mxPoint y="-2" as="offset"/>
                    </mxGeometry>
                </mxCell>
                <mxCell id="32" style="edgeStyle=orthogonalEdgeStyle;html=1;exitX=1.026;exitY=0.357;exitDx=0;exitDy=0;exitPerimeter=0;entryX=0.001;entryY=0.21;entryDx=0;entryDy=0;entryPerimeter=0;" parent="1" target="2" edge="1">
                    <mxGeometry relative="1" as="geometry">
                        <mxPoint x="1011" y="47" as="targetPoint"/>
                        <mxPoint x="842.0400000000004" y="46.960000000000036" as="sourcePoint"/>
                        <Array as="points">
                            <mxPoint x="901" y="47"/>
                            <mxPoint x="901" y="14"/>
                        </Array>
                    </mxGeometry>
                </mxCell>
                <mxCell id="33" value="RS1 [4:0]" style="edgeLabel;html=1;align=center;verticalAlign=middle;resizable=0;points=[];" parent="32" connectable="0" vertex="1">
                    <mxGeometry x="0.0628" y="-1" relative="1" as="geometry">
                        <mxPoint as="offset"/>
                    </mxGeometry>
                </mxCell>
                <mxCell id="43" style="edgeStyle=orthogonalEdgeStyle;html=1;exitX=1;exitY=0.5;exitDx=0;exitDy=0;" parent="1" source="10" edge="1">
                    <mxGeometry relative="1" as="geometry">
                        <mxPoint x="1640" y="19" as="targetPoint"/>
                    </mxGeometry>
                </mxCell>
                <mxCell id="44" value="operand1" style="edgeLabel;html=1;align=center;verticalAlign=middle;resizable=0;points=[];" parent="43" connectable="0" vertex="1">
                    <mxGeometry x="0.0339" y="-2" relative="1" as="geometry">
                        <mxPoint as="offset"/>
                    </mxGeometry>
                </mxCell>
                <mxCell id="SIG_IMM_OUT" value="immediate" style="endArrow=classic;html=1;exitX=1;exitY=0.5;exitDx=0;exitDy=0;entryX=0.75;entryY=1;entryDx=0;entryDy=0;edgeStyle=orthogonalEdgeStyle;" parent="1" source="IMM_GEN_BLOCK" target="ALU_MUX" edge="1">
                    <mxGeometry width="50" height="50" relative="1" as="geometry">
                        <mxPoint x="1333" y="357.18075" as="targetPoint"/>
                    </mxGeometry>
                </mxCell>
                <mxCell id="ALU_MUX" value="" style="shape=trapezoid;perimeter=trapezoidPerimeter;whiteSpace=wrap;html=1;fixedSize=1;rotation=90;" parent="1" vertex="1">
                    <mxGeometry x="1665" y="124" width="70" height="30" as="geometry"/>
                </mxCell>
                <mxCell id="74" value="WD" style="endArrow=classic;html=1;edgeStyle=orthogonalEdgeStyle;" parent="1" target="146" edge="1">
                    <mxGeometry width="50" height="50" relative="1" as="geometry">
                        <mxPoint x="1540" y="109" as="sourcePoint"/>
                        <mxPoint x="1960" y="98" as="targetPoint"/>
                        <Array as="points">
                            <mxPoint x="1540" y="179"/>
                            <mxPoint x="1960" y="179"/>
                            <mxPoint x="1960" y="98"/>
                        </Array>
                    </mxGeometry>
                </mxCell>
                <mxCell id="313" style="edgeStyle=orthogonalEdgeStyle;html=1;" parent="1" edge="1">
                    <mxGeometry relative="1" as="geometry">
                        <mxPoint x="2600" y="106" as="targetPoint"/>
                        <mxPoint x="490" y="166" as="sourcePoint"/>
                        <Array as="points">
                            <mxPoint x="490" y="496"/>
                            <mxPoint x="2390" y="496"/>
                            <mxPoint x="2390" y="106"/>
                        </Array>
                    </mxGeometry>
                </mxCell>
                <mxCell id="333" value="PCPlus4" style="edgeLabel;html=1;align=center;verticalAlign=middle;resizable=0;points=[];" parent="313" vertex="1" connectable="0">
                    <mxGeometry x="0.948" y="1" relative="1" as="geometry">
                        <mxPoint as="offset"/>
                    </mxGeometry>
                </mxCell>
                <mxCell id="WB_MUX" value="" style="shape=trapezoid;perimeter=trapezoidPerimeter;whiteSpace=wrap;html=1;fixedSize=1;rotation=90;" parent="1" vertex="1">
                    <mxGeometry x="2561.5" y="84.5" width="119" height="40" as="geometry"/>
                </mxCell>
                <mxCell id="83" value="" style="endArrow=classic;html=1;entryX=0.25;entryY=1;entryDx=0;entryDy=0;edgeStyle=orthogonalEdgeStyle;" parent="1" edge="1">
                    <mxGeometry width="50" height="50" relative="1" as="geometry">
                        <mxPoint x="2600" y="58" as="targetPoint"/>
                        <mxPoint x="2150" y="49" as="sourcePoint"/>
                        <Array as="points">
                            <mxPoint x="2150" y="-41"/>
                            <mxPoint x="2540" y="-41"/>
                            <mxPoint x="2540" y="58"/>
                        </Array>
                    </mxGeometry>
                </mxCell>
                <mxCell id="334" value="Result" style="edgeLabel;html=1;align=center;verticalAlign=middle;resizable=0;points=[];" parent="83" vertex="1" connectable="0">
                    <mxGeometry x="0.697" relative="1" as="geometry">
                        <mxPoint as="offset"/>
                    </mxGeometry>
                </mxCell>
                <mxCell id="279" style="edgeStyle=orthogonalEdgeStyle;html=1;exitX=0.75;exitY=1;exitDx=0;exitDy=0;entryX=0;entryY=0.25;entryDx=0;entryDy=0;entryPerimeter=0;" parent="1" source="PORT_ZERO" target="320" edge="1">
                    <mxGeometry relative="1" as="geometry">
                        <Array as="points">
-                             <mxPoint x="1863" y="129"/>
-                             <mxPoint x="1863" y="-61"/>
-                             <mxPoint x="1160" y="-61"/>
-                             <mxPoint x="1160" y="-100"/>
+                             <mxPoint x="1910" y="129"/>
+                             <mxPoint x="1910" y="-100"/>
                        </Array>
                    </mxGeometry>
                </mxCell>
                <mxCell id="280" value="zero" style="edgeLabel;html=1;align=center;verticalAlign=middle;resizable=0;points=[];" parent="279" vertex="1" connectable="0">
                    <mxGeometry x="0.0536" y="-1" relative="1" as="geometry">
                        <mxPoint as="offset"/>
                    </mxGeometry>
                </mxCell>
                <mxCell id="285" style="edgeStyle=none;html=1;strokeColor=#FF0000;strokeWidth=2;" parent="1" source="286" target="287" edge="1">
                    <mxGeometry relative="1" as="geometry"/>
                </mxCell>
                <mxCell id="286" value="ALUOp&lt;div&gt;[1:0]&lt;/div&gt;" style="text;html=1;align=center;verticalAlign=middle;resizable=0;points=[];autosize=1;strokeColor=none;fillColor=none;" parent="1" vertex="1">
                    <mxGeometry x="1049.19" y="-470" width="58" height="42" as="geometry"/>
                </mxCell>
                <mxCell id="287" value="ALU_Controller" style="ellipse;whiteSpace=wrap;html=1;" parent="1" vertex="1">
                    <mxGeometry x="1205.19" y="-489" width="120" height="80" as="geometry"/>
                </mxCell>
                <mxCell id="288" style="edgeStyle=none;html=1;entryX=0;entryY=0;entryDx=0;entryDy=0;" parent="1" source="289" target="287" edge="1">
                    <mxGeometry relative="1" as="geometry"/>
                </mxCell>
                <mxCell id="289" value="func3&lt;div&gt;[2:0]&lt;/div&gt;" style="text;html=1;align=center;verticalAlign=middle;resizable=0;points=[];autosize=1;strokeColor=none;fillColor=none;" parent="1" vertex="1">
                    <mxGeometry x="1198.19" y="-560" width="48" height="42" as="geometry"/>
                </mxCell>
                <mxCell id="290" value="" style="edgeStyle=none;html=1;entryX=1;entryY=0;entryDx=0;entryDy=0;" parent="1" source="291" target="287" edge="1">
                    <mxGeometry relative="1" as="geometry"/>
                </mxCell>
                <mxCell id="291" value="func7&lt;div&gt;[6:0]&lt;/div&gt;" style="text;html=1;align=center;verticalAlign=middle;resizable=0;points=[];autosize=1;strokeColor=none;fillColor=none;" parent="1" vertex="1">
                    <mxGeometry x="1283.19" y="-561" width="48" height="42" as="geometry"/>
                </mxCell>
                <mxCell id="294" style="edgeStyle=none;html=1;exitX=0.529;exitY=-0.015;exitDx=0;exitDy=0;exitPerimeter=0;strokeColor=#FF0000;strokeWidth=2;" parent="1" source="CTRL_UNIT_BLOCK" target="286" edge="1">
                    <mxGeometry relative="1" as="geometry"/>
                </mxCell>
                <mxCell id="304" style="edgeStyle=none;html=1;exitX=0;exitY=0.5;exitDx=0;exitDy=0;entryX=0;entryY=0.5;entryDx=0;entryDy=0;" parent="1" target="303" edge="1">
                    <mxGeometry relative="1" as="geometry">
                        <mxPoint x="1400" y="299" as="sourcePoint"/>
                    </mxGeometry>
                </mxCell>
                <mxCell id="305" style="edgeStyle=orthogonalEdgeStyle;html=1;entryX=0.5;entryY=0;entryDx=0;entryDy=0;" parent="1" target="303" edge="1">
                    <mxGeometry relative="1" as="geometry">
                        <mxPoint x="1557.8509013601752" y="279" as="targetPoint"/>
                        <mxPoint x="564" y="120" as="sourcePoint"/>
                        <Array as="points">
                            <mxPoint x="634" y="120"/>
                            <mxPoint x="634" y="216"/>
                            <mxPoint x="1564" y="216"/>
                        </Array>
                    </mxGeometry>
                </mxCell>
-                 <mxCell id="311" style="edgeStyle=orthogonalEdgeStyle;html=1;exitX=1;exitY=0.5;exitDx=0;exitDy=0;entryX=0.25;entryY=1;entryDx=0;entryDy=0;" parent="1" source="303" target="310" edge="1">
+                 <mxCell id="311" style="edgeStyle=orthogonalEdgeStyle;html=1;exitX=1;exitY=0.5;exitDx=0;exitDy=0;entryX=0.052;entryY=0.545;entryDx=0;entryDy=0;entryPerimeter=0;" parent="1" source="303" target="340" edge="1">
                    <mxGeometry relative="1" as="geometry">
                        <Array as="points">
                            <mxPoint x="1594" y="299"/>
                            <mxPoint x="1594" y="420"/>
                            <mxPoint x="320" y="420"/>
-                             <mxPoint x="320" y="28"/>
+                             <mxPoint x="320" y="50"/>
+                             <mxPoint x="412" y="50"/>
                        </Array>
                    </mxGeometry>
                </mxCell>
                <mxCell id="303" value="+" style="ellipse;whiteSpace=wrap;html=1;aspect=fixed;" parent="1" vertex="1">
                    <mxGeometry x="1543.8509013601752" y="279" width="40" height="40" as="geometry"/>
                </mxCell>
                <mxCell id="310" value="" style="shape=trapezoid;perimeter=trapezoidPerimeter;whiteSpace=wrap;html=1;fixedSize=1;rotation=90;" parent="1" vertex="1">
                    <mxGeometry x="391" y="28" width="80" height="40" as="geometry"/>
                </mxCell>
                <mxCell id="320" value="" style="shape=or;whiteSpace=wrap;html=1;rotation=-180;" parent="1" vertex="1">
                    <mxGeometry x="754" y="-160" width="60" height="80" as="geometry"/>
                </mxCell>
                <mxCell id="323" style="edgeStyle=orthogonalEdgeStyle;html=1;exitX=0.952;exitY=0.731;exitDx=0;exitDy=0;entryX=0.175;entryY=0.75;entryDx=0;entryDy=0;entryPerimeter=0;exitPerimeter=0;strokeColor=#FF0000;strokeWidth=2;" parent="1" source="CTRL_UNIT_BLOCK" target="321" edge="1">
                    <mxGeometry relative="1" as="geometry">
                        <Array as="points">
                            <mxPoint x="1180" y="-240"/>
                            <mxPoint x="1220" y="-240"/>
                            <mxPoint x="1220" y="-171"/>
                            <mxPoint x="831" y="-171"/>
                            <mxPoint x="831" y="-180"/>
                        </Array>
                    </mxGeometry>
                </mxCell>
                <mxCell id="324" value="Jump" style="edgeLabel;html=1;align=center;verticalAlign=middle;resizable=0;points=[];" parent="323" vertex="1" connectable="0">
                    <mxGeometry x="-0.7233" relative="1" as="geometry">
                        <mxPoint as="offset"/>
                    </mxGeometry>
                </mxCell>
                <mxCell id="325" value="Jump" style="edgeLabel;html=1;align=center;verticalAlign=middle;resizable=0;points=[];" parent="323" vertex="1" connectable="0">
                    <mxGeometry x="0.8799" y="1" relative="1" as="geometry">
                        <mxPoint as="offset"/>
                    </mxGeometry>
                </mxCell>
                <mxCell id="330" style="edgeStyle=orthogonalEdgeStyle;html=1;exitX=1;exitY=0.5;exitDx=0;exitDy=0;exitPerimeter=0;entryX=0;entryY=0.5;entryDx=0;entryDy=0;strokeColor=#FF0000;strokeWidth=2;" parent="1" source="321" target="310" edge="1">
                    <mxGeometry relative="1" as="geometry"/>
                </mxCell>
                <mxCell id="331" value="PCSrc" style="edgeLabel;html=1;align=center;verticalAlign=middle;resizable=0;points=[];" parent="330" vertex="1" connectable="0">
                    <mxGeometry x="0.8156" y="-1" relative="1" as="geometry">
                        <mxPoint as="offset"/>
                    </mxGeometry>
                </mxCell>
                <mxCell id="321" value="" style="shape=xor;whiteSpace=wrap;html=1;rotation=-180;" parent="1" vertex="1">
                    <mxGeometry x="650.0000000000001" y="-200" width="60" height="80" as="geometry"/>
                </mxCell>
                <mxCell id="322" style="edgeStyle=orthogonalEdgeStyle;html=1;exitX=1;exitY=0.5;exitDx=0;exitDy=0;exitPerimeter=0;entryX=0.175;entryY=0.25;entryDx=0;entryDy=0;entryPerimeter=0;strokeColor=#FF0000;strokeWidth=2;" parent="1" source="320" target="321" edge="1">
                    <mxGeometry relative="1" as="geometry"/>
                </mxCell>
                <mxCell id="327" style="edgeStyle=orthogonalEdgeStyle;html=1;exitX=1;exitY=0.5;exitDx=0;exitDy=0;entryX=0;entryY=0.75;entryDx=0;entryDy=0;entryPerimeter=0;strokeColor=#FF0000;strokeWidth=2;" parent="1" source="CTRL_UNIT_BLOCK" target="320" edge="1">
                    <mxGeometry relative="1" as="geometry">
                        <Array as="points">
                            <mxPoint x="1240" y="-281"/>
                            <mxPoint x="1240" y="-140"/>
                        </Array>
                    </mxGeometry>
                </mxCell>
                <mxCell id="328" value="Branch" style="edgeLabel;html=1;align=center;verticalAlign=middle;resizable=0;points=[];" parent="327" vertex="1" connectable="0">
                    <mxGeometry x="0.8535" y="1" relative="1" as="geometry">
                        <mxPoint as="offset"/>
                    </mxGeometry>
                </mxCell>
                <mxCell id="329" value="Branch" style="edgeLabel;html=1;align=center;verticalAlign=middle;resizable=0;points=[];" parent="327" vertex="1" connectable="0">
                    <mxGeometry x="-0.9095" y="-1" relative="1" as="geometry">
                        <mxPoint as="offset"/>
                    </mxGeometry>
                </mxCell>
-                 <mxCell id="337" style="edgeStyle=orthogonalEdgeStyle;html=1;entryX=0.75;entryY=1;entryDx=0;entryDy=0;" edge="1" parent="1" source="IMM_GEN_BLOCK" target="WB_MUX">
+                 <mxCell id="337" style="edgeStyle=orthogonalEdgeStyle;html=1;entryX=0.75;entryY=1;entryDx=0;entryDy=0;" parent="1" source="IMM_GEN_BLOCK" target="WB_MUX" edge="1">
                    <mxGeometry relative="1" as="geometry">
                        <Array as="points">
                            <mxPoint x="2220" y="357"/>
                            <mxPoint x="2220" y="134"/>
                        </Array>
                    </mxGeometry>
                </mxCell>
-                 <mxCell id="338" value="imm_ext" style="edgeLabel;html=1;align=center;verticalAlign=middle;resizable=0;points=[];" vertex="1" connectable="0" parent="337">
+                 <mxCell id="338" value="imm_ext" style="edgeLabel;html=1;align=center;verticalAlign=middle;resizable=0;points=[];" parent="337" connectable="0" vertex="1">
                    <mxGeometry x="0.8805" y="-1" relative="1" as="geometry">
                        <mxPoint as="offset"/>
                    </mxGeometry>
                </mxCell>
-                 <mxCell id="339" value="0" style="text;html=1;align=center;verticalAlign=middle;resizable=0;points=[];autosize=1;strokeColor=none;fillColor=none;" vertex="1" parent="1">
-                     <mxGeometry x="410" y="57" width="30" height="30" as="geometry"/>
-                 </mxCell>
-                 <mxCell id="340" value="1" style="text;html=1;align=center;verticalAlign=middle;resizable=0;points=[];autosize=1;strokeColor=none;fillColor=none;" vertex="1" parent="1">
-                     <mxGeometry x="410" y="19" width="30" height="30" as="geometry"/>
-                 </mxCell>
-                 <mxCell id="345" value="branch_taken" style="whiteSpace=wrap;html=1;" vertex="1" parent="1">
-                     <mxGeometry x="1320" y="-90" width="120" height="60" as="geometry"/>
+                 <mxCell id="339" value="0" style="text;html=1;align=center;verticalAlign=middle;resizable=0;points=[];autosize=1;strokeColor=none;fillColor=none;" parent="1" vertex="1">
+                     <mxGeometry x="410" y="53" width="30" height="30" as="geometry"/>
+                 </mxCell>
+                 <mxCell id="340" value="1" style="text;html=1;align=center;verticalAlign=middle;resizable=0;points=[];autosize=1;strokeColor=none;fillColor=none;" parent="1" vertex="1">
+                     <mxGeometry x="410" y="33" width="30" height="30" as="geometry"/>
+                 </mxCell>
+                 <mxCell id="345" value="branch_taken" style="whiteSpace=wrap;html=1;" parent="1" vertex="1">
+                     <mxGeometry x="1320" y="-130" width="120" height="60" as="geometry"/>
+                 </mxCell>
+                 <mxCell id="347" style="edgeStyle=orthogonalEdgeStyle;html=1;exitX=-0.015;exitY=0.579;exitDx=0;exitDy=0;exitPerimeter=0;entryX=-0.015;entryY=0.579;entryDx=0;entryDy=0;entryPerimeter=0;" edge="1" parent="1" target="346">
+                     <mxGeometry relative="1" as="geometry">
+                         <mxPoint x="2030.680892619681" y="50" as="sourcePoint"/>
+                         <Array as="points">
+                             <mxPoint x="2031" y="-50"/>
+                             <mxPoint x="340" y="-50"/>
+                             <mxPoint x="340" y="30"/>
+                         </Array>
+                     </mxGeometry>
+                 </mxCell>
+                 <mxCell id="346" value="2" style="text;html=1;align=center;verticalAlign=middle;resizable=0;points=[];autosize=1;strokeColor=none;fillColor=none;" vertex="1" parent="1">
+                     <mxGeometry x="410" y="13" width="30" height="30" as="geometry"/>
                </mxCell>
            </root>
        </mxGraphModel>
    </diagram>
</mxfile>